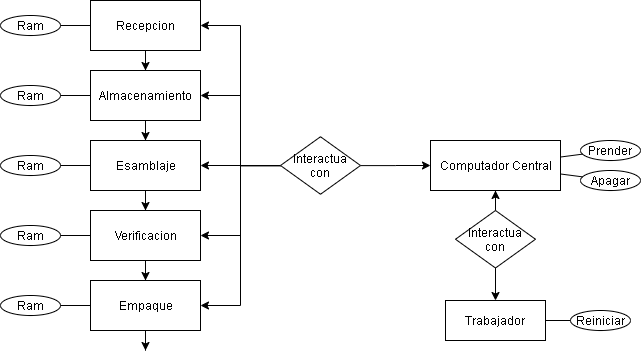
The draw.io diagram Modelo Lab 4.png in ICC3101-202010/laboratorio-04-Raimundo-vargas, before a commit. Source tidied: cells renumbered, new cells last; positions are measured from the earlier drawing's top-left corner, leaving out a move shared by most shapes. Its diagram source:
```xml
<mxGraphModel>
  <root>
    <mxCell id="0" />
    <mxCell id="1" parent="0" />
    <mxCell id="2" style="edgeStyle=orthogonalEdgeStyle;rounded=0;jettySize=auto;html=1;" parent="1" edge="1" source="3" target="5">
      <mxGeometry relative="1" as="geometry" />
    </mxCell>
    <mxCell id="3" value="Recepcion" style="html=1;" parent="1" vertex="1">
      <mxGeometry x="90" width="110" height="50" as="geometry" />
    </mxCell>
    <mxCell id="4" style="edgeStyle=orthogonalEdgeStyle;rounded=0;jettySize=auto;html=1;" parent="1" edge="1" source="5" target="7">
      <mxGeometry relative="1" as="geometry" />
    </mxCell>
    <mxCell id="5" value="Almacenamiento" style="html=1;" parent="1" vertex="1">
      <mxGeometry x="90" y="70" width="110" height="50" as="geometry" />
    </mxCell>
    <mxCell id="6" style="edgeStyle=orthogonalEdgeStyle;rounded=0;jettySize=auto;html=1;" parent="1" edge="1" source="7" target="9">
      <mxGeometry relative="1" as="geometry" />
    </mxCell>
    <mxCell id="7" value="Esamblaje" style="html=1;" parent="1" vertex="1">
      <mxGeometry x="90" y="140" width="110" height="50" as="geometry" />
    </mxCell>
    <mxCell id="8" style="edgeStyle=orthogonalEdgeStyle;rounded=0;jettySize=auto;html=1;" parent="1" edge="1" source="9" target="11">
      <mxGeometry relative="1" as="geometry" />
    </mxCell>
    <mxCell id="9" value="Verificacion" style="html=1;" parent="1" vertex="1">
      <mxGeometry x="90" y="210" width="110" height="50" as="geometry" />
    </mxCell>
    <mxCell id="10" style="edgeStyle=orthogonalEdgeStyle;rounded=0;jettySize=auto;html=1;" parent="1" edge="1" source="11">
      <mxGeometry relative="1" as="geometry">
        <mxPoint x="145" y="350" as="targetPoint" />
      </mxGeometry>
    </mxCell>
    <mxCell id="11" value="Empaque" style="html=1;" parent="1" vertex="1">
      <mxGeometry x="90" y="280" width="110" height="50" as="geometry" />
    </mxCell>
    <mxCell id="12" value="Computador Central" style="html=1;" parent="1" vertex="1">
      <mxGeometry x="430" y="140" width="130" height="50" as="geometry" />
    </mxCell>
    <mxCell id="13" value="Prender" style="ellipse;whiteSpace=wrap;html=1;align=center;" parent="1" vertex="1">
      <mxGeometry x="580" y="140" width="60" height="20" as="geometry" />
    </mxCell>
    <mxCell id="14" value="Apagar" style="ellipse;whiteSpace=wrap;html=1;align=center;" parent="1" vertex="1">
      <mxGeometry x="580" y="170" width="60" height="20" as="geometry" />
    </mxCell>
    <mxCell id="15" style="endArrow=none;html=1;rounded=0;" parent="1" edge="1" source="12" target="13">
      <mxGeometry relative="1" as="geometry" />
    </mxCell>
    <mxCell id="16" style="endArrow=none;html=1;rounded=0;" parent="1" edge="1" source="12" target="14">
      <mxGeometry relative="1" as="geometry" />
    </mxCell>
    <mxCell id="17" value="Ram" style="ellipse;whiteSpace=wrap;html=1;align=center;" parent="1" vertex="1">
      <mxGeometry y="15" width="60" height="20" as="geometry" />
    </mxCell>
    <mxCell id="18" style="endArrow=none;html=1;rounded=0;" parent="1" edge="1" source="17" target="3">
      <mxGeometry relative="1" as="geometry" />
    </mxCell>
    <mxCell id="19" value="Ram" style="ellipse;whiteSpace=wrap;html=1;align=center;" parent="1" vertex="1">
      <mxGeometry y="85" width="60" height="20" as="geometry" />
    </mxCell>
    <mxCell id="20" value="Ram" style="ellipse;whiteSpace=wrap;html=1;align=center;" parent="1" vertex="1">
      <mxGeometry y="155" width="60" height="20" as="geometry" />
    </mxCell>
    <mxCell id="21" style="endArrow=none;html=1;rounded=0;" parent="1" edge="1" source="20" target="7">
      <mxGeometry relative="1" as="geometry" />
    </mxCell>
    <mxCell id="22" value="Ram" style="ellipse;whiteSpace=wrap;html=1;align=center;" parent="1" vertex="1">
      <mxGeometry y="225" width="60" height="20" as="geometry" />
    </mxCell>
    <mxCell id="23" style="endArrow=none;html=1;rounded=0;" parent="1" edge="1" source="22" target="9">
      <mxGeometry relative="1" as="geometry" />
    </mxCell>
    <mxCell id="24" value="Ram" style="ellipse;whiteSpace=wrap;html=1;align=center;" parent="1" vertex="1">
      <mxGeometry y="295" width="60" height="20" as="geometry" />
    </mxCell>
    <mxCell id="25" style="endArrow=none;html=1;rounded=0;" parent="1" edge="1" source="24" target="11">
      <mxGeometry relative="1" as="geometry" />
    </mxCell>
    <mxCell id="26" style="endArrow=none;html=1;rounded=0;" parent="1" edge="1" source="19" target="5">
      <mxGeometry relative="1" as="geometry" />
    </mxCell>
    <mxCell id="27" style="edgeStyle=orthogonalEdgeStyle;rounded=0;jettySize=auto;html=1;" parent="1" edge="1" source="33" target="12">
      <mxGeometry relative="1" as="geometry" />
    </mxCell>
    <mxCell id="28" style="edgeStyle=orthogonalEdgeStyle;rounded=0;jettySize=auto;html=1;" parent="1" edge="1" source="33" target="7">
      <mxGeometry relative="1" as="geometry" />
    </mxCell>
    <mxCell id="29" style="edgeStyle=orthogonalEdgeStyle;rounded=0;jettySize=auto;html=1;entryX=1;entryY=0.5;entryDx=0;entryDy=0;" parent="1" edge="1" source="33" target="3">
      <mxGeometry relative="1" as="geometry" />
    </mxCell>
    <mxCell id="30" style="edgeStyle=orthogonalEdgeStyle;rounded=0;jettySize=auto;html=1;entryX=1;entryY=0.5;entryDx=0;entryDy=0;" parent="1" edge="1" source="33" target="5">
      <mxGeometry relative="1" as="geometry" />
    </mxCell>
    <mxCell id="31" style="edgeStyle=orthogonalEdgeStyle;rounded=0;jettySize=auto;html=1;entryX=1;entryY=0.5;entryDx=0;entryDy=0;" parent="1" edge="1" source="33" target="9">
      <mxGeometry relative="1" as="geometry" />
    </mxCell>
    <mxCell id="32" style="edgeStyle=orthogonalEdgeStyle;rounded=0;jettySize=auto;html=1;entryX=1;entryY=0.5;entryDx=0;entryDy=0;" parent="1" edge="1" source="33" target="11">
      <mxGeometry relative="1" as="geometry" />
    </mxCell>
    <mxCell id="33" value="Interactua&lt;br&gt;con" style="shape=rhombus;perimeter=rhombusPerimeter;whiteSpace=wrap;html=1;align=center;" parent="1" vertex="1">
      <mxGeometry x="280" y="136.2" width="80" height="57.5" as="geometry" />
    </mxCell>
    <mxCell id="34" value="Trabajador" style="whiteSpace=wrap;html=1;align=center;" parent="1" vertex="1">
      <mxGeometry x="445" y="300" width="100" height="40" as="geometry" />
    </mxCell>
    <mxCell id="35" value="Reiniciar" style="ellipse;whiteSpace=wrap;html=1;align=center;" parent="1" vertex="1">
      <mxGeometry x="570" y="310" width="60" height="20" as="geometry" />
    </mxCell>
    <mxCell id="36" style="endArrow=none;html=1;rounded=0;" parent="1" edge="1" source="34" target="35">
      <mxGeometry relative="1" as="geometry" />
    </mxCell>
    <mxCell id="37" style="edgeStyle=orthogonalEdgeStyle;rounded=0;jettySize=auto;html=1;" parent="1" edge="1" source="39" target="12">
      <mxGeometry relative="1" as="geometry" />
    </mxCell>
    <mxCell id="38" style="edgeStyle=orthogonalEdgeStyle;rounded=0;jettySize=auto;html=1;entryX=0.5;entryY=0;entryDx=0;entryDy=0;" parent="1" edge="1" source="39" target="34">
      <mxGeometry relative="1" as="geometry" />
    </mxCell>
    <mxCell id="39" value="Interactua&lt;br&gt;con" style="shape=rhombus;perimeter=rhombusPerimeter;whiteSpace=wrap;html=1;align=center;" parent="1" vertex="1">
      <mxGeometry x="455" y="210" width="80" height="57.5" as="geometry" />
    </mxCell>
  </root>
</mxGraphModel>
```
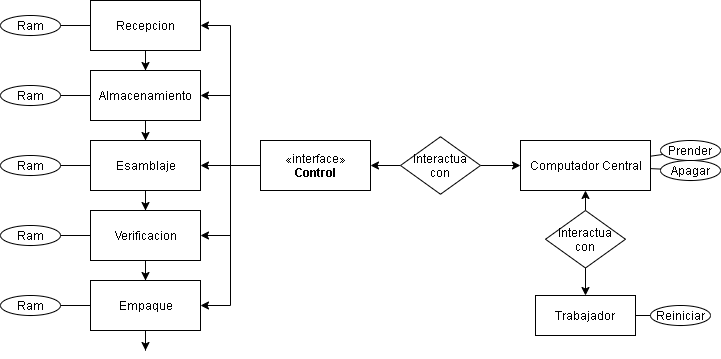
The same diagram one commit later.

Commit message:
Programa con dibujo

Diff of the diagram source:
```diff
@@ -35,13 +35,13 @@
       <mxGeometry x="90" y="280" width="110" height="50" as="geometry" />
     </mxCell>
     <mxCell id="12" value="Computador Central" style="html=1;" parent="1" vertex="1">
-      <mxGeometry x="430" y="140" width="130" height="50" as="geometry" />
+      <mxGeometry x="520" y="140" width="130" height="50" as="geometry" />
     </mxCell>
     <mxCell id="13" value="Prender" style="ellipse;whiteSpace=wrap;html=1;align=center;" parent="1" vertex="1">
-      <mxGeometry x="580" y="140" width="60" height="20" as="geometry" />
+      <mxGeometry x="660" y="140" width="60" height="20" as="geometry" />
     </mxCell>
     <mxCell id="14" value="Apagar" style="ellipse;whiteSpace=wrap;html=1;align=center;" parent="1" vertex="1">
-      <mxGeometry x="580" y="170" width="60" height="20" as="geometry" />
+      <mxGeometry x="660" y="160" width="60" height="20" as="geometry" />
     </mxCell>
     <mxCell id="15" style="endArrow=none;html=1;rounded=0;" parent="1" edge="1" source="12" target="13">
       <mxGeometry relative="1" as="geometry" />
@@ -79,44 +79,50 @@
     <mxCell id="26" style="endArrow=none;html=1;rounded=0;" parent="1" edge="1" source="19" target="5">
       <mxGeometry relative="1" as="geometry" />
     </mxCell>
-    <mxCell id="27" style="edgeStyle=orthogonalEdgeStyle;rounded=0;jettySize=auto;html=1;" parent="1" edge="1" source="33" target="12">
+    <mxCell id="27" style="edgeStyle=orthogonalEdgeStyle;rounded=0;jettySize=auto;html=1;exitX=1;exitY=0.5;exitDx=0;exitDy=0;entryX=0;entryY=0.5;entryDx=0;entryDy=0;" parent="1" edge="1" source="33" target="12">
       <mxGeometry relative="1" as="geometry" />
     </mxCell>
-    <mxCell id="28" style="edgeStyle=orthogonalEdgeStyle;rounded=0;jettySize=auto;html=1;" parent="1" edge="1" source="33" target="7">
-      <mxGeometry relative="1" as="geometry" />
-    </mxCell>
-    <mxCell id="29" style="edgeStyle=orthogonalEdgeStyle;rounded=0;jettySize=auto;html=1;entryX=1;entryY=0.5;entryDx=0;entryDy=0;" parent="1" edge="1" source="33" target="3">
-      <mxGeometry relative="1" as="geometry" />
-    </mxCell>
-    <mxCell id="30" style="edgeStyle=orthogonalEdgeStyle;rounded=0;jettySize=auto;html=1;entryX=1;entryY=0.5;entryDx=0;entryDy=0;" parent="1" edge="1" source="33" target="5">
-      <mxGeometry relative="1" as="geometry" />
-    </mxCell>
-    <mxCell id="31" style="edgeStyle=orthogonalEdgeStyle;rounded=0;jettySize=auto;html=1;entryX=1;entryY=0.5;entryDx=0;entryDy=0;" parent="1" edge="1" source="33" target="9">
-      <mxGeometry relative="1" as="geometry" />
-    </mxCell>
-    <mxCell id="32" style="edgeStyle=orthogonalEdgeStyle;rounded=0;jettySize=auto;html=1;entryX=1;entryY=0.5;entryDx=0;entryDy=0;" parent="1" edge="1" source="33" target="11">
-      <mxGeometry relative="1" as="geometry" />
-    </mxCell>
+    <mxCell id="40" style="edgeStyle=orthogonalEdgeStyle;rounded=0;jettySize=auto;html=1;entryX=1;entryY=0.5;entryDx=0;entryDy=0;exitX=0;exitY=0.5;exitDx=0;exitDy=0;" parent="1" edge="1" source="33" target="46">
+      <mxGeometry relative="1" as="geometry" />
+    </mxCell>
     <mxCell id="33" value="Interactua&lt;br&gt;con" style="shape=rhombus;perimeter=rhombusPerimeter;whiteSpace=wrap;html=1;align=center;" parent="1" vertex="1">
-      <mxGeometry x="280" y="136.2" width="80" height="57.5" as="geometry" />
+      <mxGeometry x="400" y="136.2" width="80" height="57.5" as="geometry" />
     </mxCell>
     <mxCell id="34" value="Trabajador" style="whiteSpace=wrap;html=1;align=center;" parent="1" vertex="1">
-      <mxGeometry x="445" y="300" width="100" height="40" as="geometry" />
+      <mxGeometry x="535" y="295" width="100" height="40" as="geometry" />
     </mxCell>
     <mxCell id="35" value="Reiniciar" style="ellipse;whiteSpace=wrap;html=1;align=center;" parent="1" vertex="1">
-      <mxGeometry x="570" y="310" width="60" height="20" as="geometry" />
+      <mxGeometry x="650" y="305" width="60" height="20" as="geometry" />
     </mxCell>
     <mxCell id="36" style="endArrow=none;html=1;rounded=0;" parent="1" edge="1" source="34" target="35">
       <mxGeometry relative="1" as="geometry" />
     </mxCell>
-    <mxCell id="37" style="edgeStyle=orthogonalEdgeStyle;rounded=0;jettySize=auto;html=1;" parent="1" edge="1" source="39" target="12">
+    <mxCell id="37" style="edgeStyle=orthogonalEdgeStyle;rounded=0;jettySize=auto;html=1;exitX=0.5;exitY=0;exitDx=0;exitDy=0;entryX=0.5;entryY=1;entryDx=0;entryDy=0;" parent="1" edge="1" source="39" target="12">
       <mxGeometry relative="1" as="geometry" />
     </mxCell>
     <mxCell id="38" style="edgeStyle=orthogonalEdgeStyle;rounded=0;jettySize=auto;html=1;entryX=0.5;entryY=0;entryDx=0;entryDy=0;" parent="1" edge="1" source="39" target="34">
       <mxGeometry relative="1" as="geometry" />
     </mxCell>
     <mxCell id="39" value="Interactua&lt;br&gt;con" style="shape=rhombus;perimeter=rhombusPerimeter;whiteSpace=wrap;html=1;align=center;" parent="1" vertex="1">
-      <mxGeometry x="455" y="210" width="80" height="57.5" as="geometry" />
+      <mxGeometry x="545" y="210" width="80" height="57.5" as="geometry" />
     </mxCell>
+    <mxCell id="41" style="edgeStyle=orthogonalEdgeStyle;rounded=0;jettySize=auto;html=1;entryX=1;entryY=0.5;entryDx=0;entryDy=0;" parent="1" edge="1" source="46" target="3">
+      <mxGeometry relative="1" as="geometry" />
+    </mxCell>
+    <mxCell id="42" style="edgeStyle=orthogonalEdgeStyle;rounded=0;jettySize=auto;html=1;entryX=1;entryY=0.5;entryDx=0;entryDy=0;" parent="1" edge="1" source="46" target="5">
+      <mxGeometry relative="1" as="geometry" />
+    </mxCell>
+    <mxCell id="43" style="edgeStyle=orthogonalEdgeStyle;rounded=0;jettySize=auto;html=1;entryX=1;entryY=0.5;entryDx=0;entryDy=0;" parent="1" edge="1" source="46" target="7">
+      <mxGeometry relative="1" as="geometry" />
+    </mxCell>
+    <mxCell id="44" style="edgeStyle=orthogonalEdgeStyle;rounded=0;jettySize=auto;html=1;entryX=1;entryY=0.5;entryDx=0;entryDy=0;" parent="1" edge="1" source="46" target="9">
+      <mxGeometry relative="1" as="geometry" />
+    </mxCell>
+    <mxCell id="45" style="edgeStyle=orthogonalEdgeStyle;rounded=0;jettySize=auto;html=1;entryX=1;entryY=0.5;entryDx=0;entryDy=0;" parent="1" edge="1" source="46" target="11">
+      <mxGeometry relative="1" as="geometry" />
+    </mxCell>
+    <mxCell id="46" value="«interface»&lt;br&gt;&lt;b&gt;Control&lt;/b&gt;" style="html=1;" parent="1" vertex="1">
+      <mxGeometry x="260" y="140" width="110" height="50" as="geometry" />
+    </mxCell>
   </root>
 </mxGraphModel>
```
